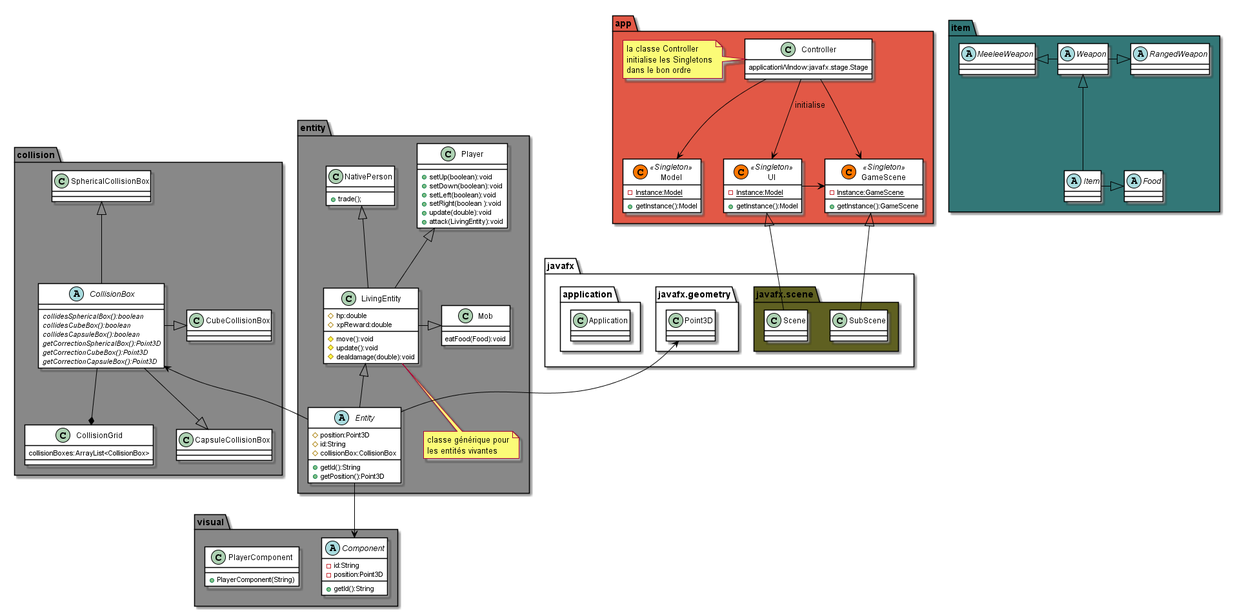
the-zucc/coureur-de-bois keeps this PlantUML diagram as uml/classes.png. Above is the earlier version. Source of this version:
```plantuml
@startuml

skinparam class {
    BackgroundColor #ffffff
    ArrowColor #000000
    BorderColor #000000
}
skinparam stereotypeCBackgroundColor<<Singleton>> #FF7700
package javafx{
    package javafx.scene #5f6021{
        class Scene
        class SubScene
    }
    package javafx.geometry{
        class Point3D
    }
    package application{
        class Application
    }
}

package entity #888888{
    abstract class Entity{
        # position:Point3D
        # id:String
        # collisionBox:CollisionBox
        + getId():String
        + getPosition():Point3D
    }
    Point3D <-- Entity
    LivingEntity <|-down- Entity
    class LivingEntity{
        # hp:double
        # xpReward:double
        # move():void
        # update():void
        # dealdamage(double):void
    }
    Mob <|-left- LivingEntity
    note bottom:classe générique pour\nles entités vivantes
    class Mob{
        eatFood(Food):void

    }
    Player <|-down- LivingEntity
    class Player{
        + setUp(boolean):void
        + setDown(boolean):void
        + setLeft(boolean):void
        + setRight(boolean ):void
        + update(double):void
        + attack(LivingEntity):void
    }
    class NativePerson{
        + trade();
    }
    NativePerson <|-- LivingEntity
}
package app #e25846{
    class Model<<Singleton>>{
        - {static} Instance:Model
        + getInstance():Model
    }
    class UI<<Singleton>>{
        - {static} Instance:Model
        + getInstance():Model
    }
    UI <|-- Scene
    class GameScene<<Singleton>>{
        - {static} Instance:GameScene
        + getInstance():GameScene
    }
    GameScene <|-- SubScene
    UI -right-> GameScene
    class Controller{
        applicationWindow:javafx.stage.Stage
    }
    note left:la classe Controller\ninitialise les Singletons\ndans le bon ordre
    Controller --> UI: "initialise"
    Controller --> GameScene
    Controller --> Model
}
package collision #888888{
    class CollisionGrid{
        collisionBoxes:ArrayList<CollisionBox>
    }
    CollisionGrid *-up- CollisionBox
    abstract class CollisionBox{
        {abstract}collidesSphericalBox():boolean
        {abstract}collidesCubeBox():boolean
        {abstract}collidesCapsuleBox():boolean
        {abstract}getCorrectionSphericalBox():Point3D
        {abstract}getCorrectionCubeBox():Point3D
        {abstract}getCorrectionCapsuleBox():Point3D
    }
    class SphericalCollisionBox{

    }
    SphericalCollisionBox <|-down- CollisionBox
    class CapsuleCollisionBox{

    }
    CollisionBox --|> CapsuleCollisionBox
    CubeCollisionBox <|-left- CollisionBox
}
CollisionBox <-- Entity
package visual #888888{
    abstract class Component{
        - id:String
        + getId():String
        - position:Point3D
    }
    class PlayerComponent{
        + PlayerComponent(String)
    }
}

Entity-->Component
package item #337777{
    abstract class Item{
    }
    abstract class Weapon{

    }
    Weapon <|-- Item
    abstract class MeeleeWeapon{

    }
    MeeleeWeapon <|-right-Weapon
    abstract class RangedWeapon{

    }
    RangedWeapon <|-left- Weapon
    abstract class Food{

    }
    Food <|-left- Item
}

@enduml
```
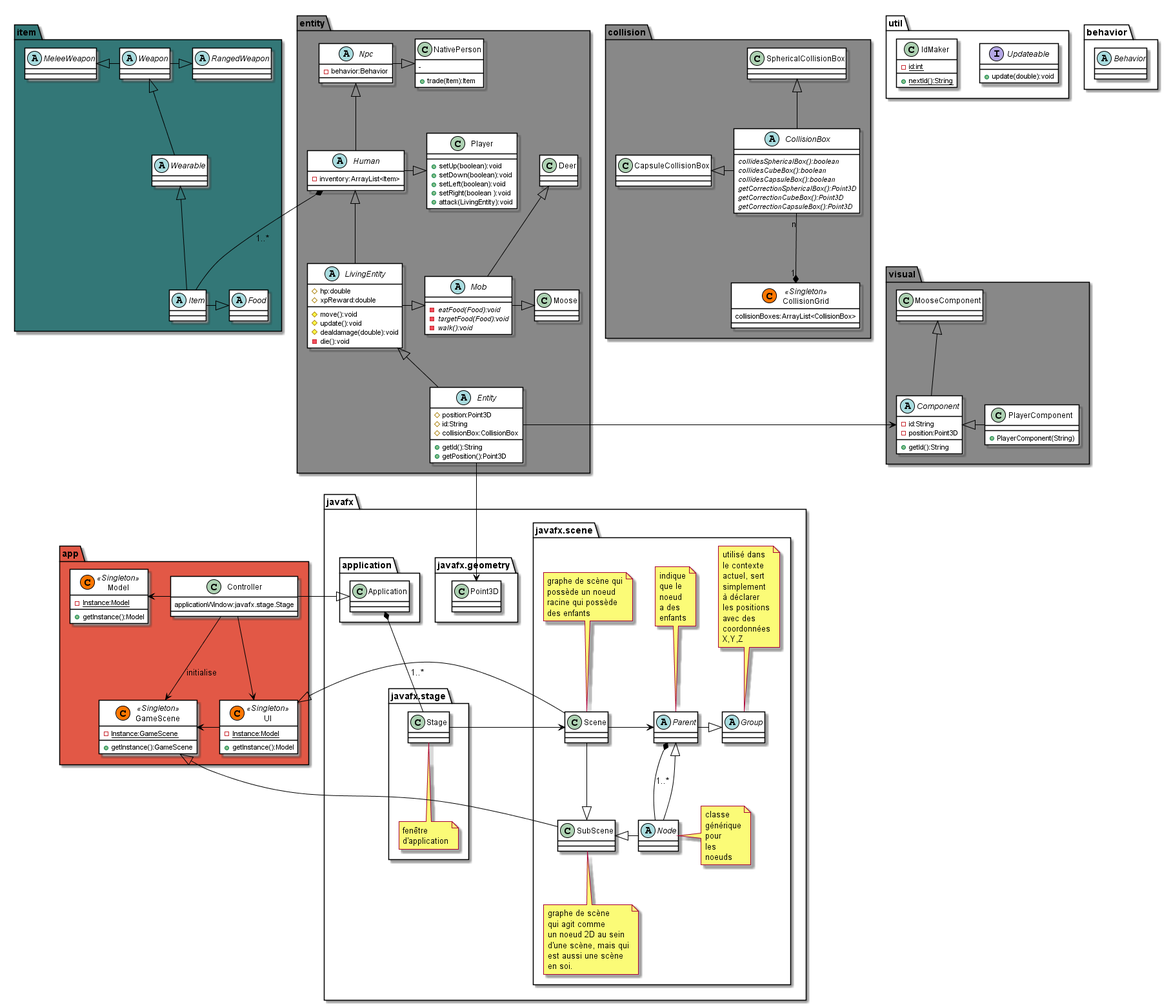
After the commit.

Commit message:
modification du UML

Change to the diagram source:
```diff
@@ -1,5 +1,4 @@
 @startuml
-
 skinparam class {
     BackgroundColor #ffffff
     ArrowColor #000000
@@ -7,55 +6,48 @@
 }
 skinparam stereotypeCBackgroundColor<<Singleton>> #FF7700
 package javafx{
-    package javafx.scene #5f6021{
+
+    package javafx.stage{
+        class Stage
+        note bottom:fenêtre\nd'application
+    }
+
+    package javafx.scene #ffffff{
         class Scene
+        note top:graphe de scène qui\npossède un noeud\nracine qui possède\ndes enfants
+        Stage -left-> Scene
+
+
+        abstract class Node
+        note right:classe\ngénérique\npour\nles\nnoeuds
+        Parent *-down- Node:"1..*"
+
         class SubScene
+        note bottom:graphe de scène\nqui agit comme\nun noeud 2D au sein\nd'une scène, mais qui\nest aussi une scène\nen soi.
+        SubScene <|-left- Node
+        SubScene <|-up- Scene
+
+        abstract class Parent
+        note top:indique\nque le\nnoeud\na des\nenfants
+        Parent <|-down-Node
+        Scene -right-> Parent
+
+        abstract class Group
+        note top:utilisé dans\nle contexte\nactuel, sert\nsimplement\nà déclarer\nles positions\navec des\ncoordonnées\nX,Y,Z
+        Group <|-left- Parent
     }
+
     package javafx.geometry{
         class Point3D
     }
     package application{
-        class Application
+        class Application{
+
+        }
+        Application *-- Stage:"1..*"
     }
 }
 
-package entity #888888{
-    abstract class Entity{
-        # position:Point3D
-        # id:String
-        # collisionBox:CollisionBox
-        + getId():String
-        + getPosition():Point3D
-    }
-    Point3D <-- Entity
-    LivingEntity <|-down- Entity
-    class LivingEntity{
-        # hp:double
-        # xpReward:double
-        # move():void
-        # update():void
-        # dealdamage(double):void
-    }
-    Mob <|-left- LivingEntity
-    note bottom:classe générique pour\nles entités vivantes
-    class Mob{
-        eatFood(Food):void
-
-    }
-    Player <|-down- LivingEntity
-    class Player{
-        + setUp(boolean):void
-        + setDown(boolean):void
-        + setLeft(boolean):void
-        + setRight(boolean ):void
-        + update(double):void
-        + attack(LivingEntity):void
-    }
-    class NativePerson{
-        + trade();
-    }
-    NativePerson <|-- LivingEntity
-}
 package app #e25846{
     class Model<<Singleton>>{
         - {static} Instance:Model
@@ -71,28 +63,109 @@
         + getInstance():GameScene
     }
     GameScene <|-- SubScene
-    UI -right-> GameScene
+
+    UI -left-> GameScene
     class Controller{
         applicationWindow:javafx.stage.Stage
     }
-    note left:la classe Controller\ninitialise les Singletons\ndans le bon ordre
-    Controller --> UI: "initialise"
-    Controller --> GameScene
-    Controller --> Model
+    Controller --> UI
+    Controller --> GameScene: "initialise"
+    Controller -left-> Model
+    Controller -left-|> Application
 }
+
+package util{
+    interface Updateable{
+        + update(double):void
+    }
+    class IdMaker{
+        - {static} id:int
+        + {static} nextId():String
+    }
+}
+
+package entity #888888{
+    abstract class Entity{
+        # position:Point3D
+        # id:String
+        # collisionBox:CollisionBox
+        + getId():String
+        + getPosition():Point3D
+    }
+    Point3D <-down- Entity
+
+
+    abstract class LivingEntity{
+        # hp:double
+        # xpReward:double
+        # move():void
+        # update():void
+        # dealdamage(double):void
+        - die():void
+    }
+    LivingEntity <|-down- Entity
+
+    abstract class Human{
+        - inventory:ArrayList<Item>
+    }
+    Human <|-down- LivingEntity
+
+    class Player{
+        + setUp(boolean):void
+        + setDown(boolean):void
+        + setLeft(boolean):void
+        + setRight(boolean ):void
+        + attack(LivingEntity):void
+    }
+    Player <|-left- Human
+
+    abstract class Npc{
+        - behavior:Behavior
+    }
+    Npc <|-down- Human
+
+    class NativePerson{
+        -
+        + trade(Item):Item
+    }
+    NativePerson <|-left- Npc
+
+    abstract class Mob{
+        - {abstract} eatFood(Food):void
+        - {abstract} targetFood(Food):void
+        - {abstract} walk():void
+
+    }
+    Mob <|-left- LivingEntity
+    class Deer{
+
+    }
+    Deer <|-down- Mob
+    class Moose{
+
+    }
+    Moose <|-left- Mob
+
+}
+
 package collision #888888{
-    class CollisionGrid{
+    class CollisionGrid<<Singleton>>{
         collisionBoxes:ArrayList<CollisionBox>
     }
-    CollisionGrid *-up- CollisionBox
+    CollisionGrid "1" *-up- "n"CollisionBox
+
     abstract class CollisionBox{
+
         {abstract}collidesSphericalBox():boolean
         {abstract}collidesCubeBox():boolean
         {abstract}collidesCapsuleBox():boolean
+
         {abstract}getCorrectionSphericalBox():Point3D
         {abstract}getCorrectionCubeBox():Point3D
         {abstract}getCorrectionCapsuleBox():Point3D
+
     }
+
     class SphericalCollisionBox{
 
     }
@@ -100,33 +173,43 @@
     class CapsuleCollisionBox{
 
     }
-    CollisionBox --|> CapsuleCollisionBox
-    CubeCollisionBox <|-left- CollisionBox
+    CollisionBox -left-|> CapsuleCollisionBox
 }
-CollisionBox <-- Entity
+
 package visual #888888{
     abstract class Component{
         - id:String
         + getId():String
         - position:Point3D
     }
+    Entity -right-> Component
     class PlayerComponent{
         + PlayerComponent(String)
     }
+    PlayerComponent -left-|> Component
+    class MooseComponent{
+
+    }
+    MooseComponent <|-- Component
+
 }
 
-Entity-->Component
+
 package item #337777{
     abstract class Item{
     }
+    abstract class Wearable{
+
+    }
+    Wearable <|-down- Item
     abstract class Weapon{
 
     }
-    Weapon <|-- Item
-    abstract class MeeleeWeapon{
+    Weapon <|-- Wearable
+    abstract class MeleeWeapon{
 
     }
-    MeeleeWeapon <|-right-Weapon
+    MeleeWeapon <|-right-Weapon
     abstract class RangedWeapon{
 
     }
@@ -135,6 +218,14 @@
 
     }
     Food <|-left- Item
+
+    Human *-- Item: "1..*"
 }
 
+
+package behavior{
+    abstract class Behavior{
+
+    }
+}
 @enduml
```
